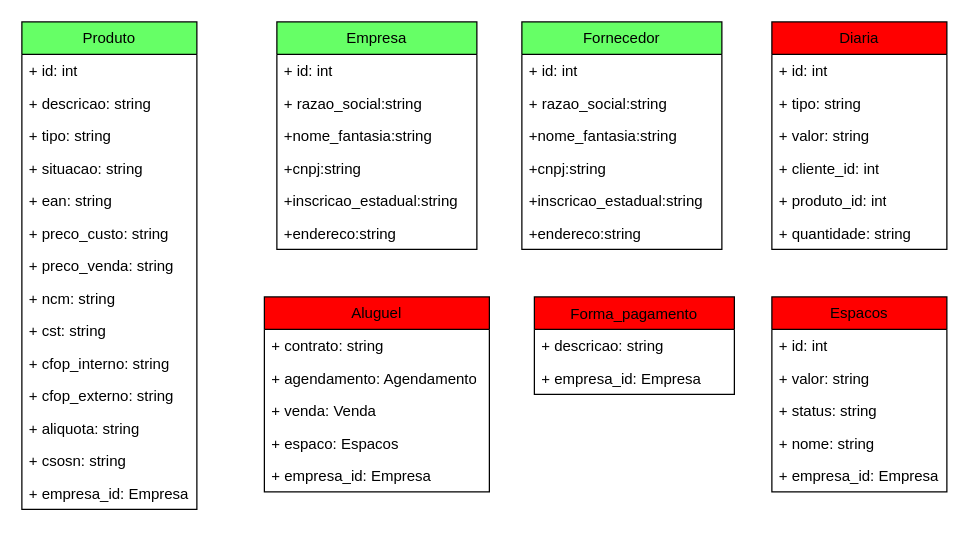
Earlier version of the draw.io diagram page "Lago" (3 of 4) of Tabelas.drawio (FSOFTSistemas/lago_sao_francisco). Source tidied: cells renumbered, new cells numbered last; positions are measured from the earlier drawing's top-left corner, leaving out a move shared by most shapes. Both pictures are drawn from the tidied source at 125%, with x=0, y=0 at pixel (21, 21).
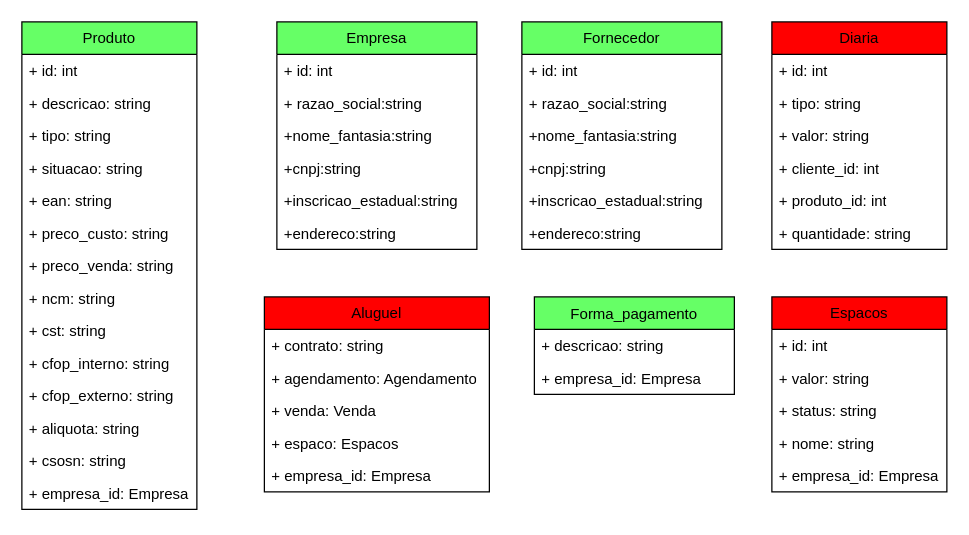
The same diagram, later.

What changed in the source:
```diff
@@
-    <mxCell id="21" value="&lt;span style=&quot;font-weight: normal;&quot;&gt;Forma_pagamento&lt;/span&gt;" style="swimlane;fontStyle=1;align=center;verticalAlign=top;horizontal=1;startSize=26;whiteSpace=wrap;html=1;fillColor=#FF0000;" parent="1" vertex="1">
+    <mxCell id="21" value="&lt;span style=&quot;font-weight: normal;&quot;&gt;Forma_pagamento&lt;/span&gt;" style="swimlane;fontStyle=1;align=center;verticalAlign=top;horizontal=1;startSize=26;whiteSpace=wrap;html=1;fillColor=#66FF66;" parent="1" vertex="1">
       <mxGeometry x="410" y="220" width="160" height="78" as="geometry" />
     </mxCell>
```
